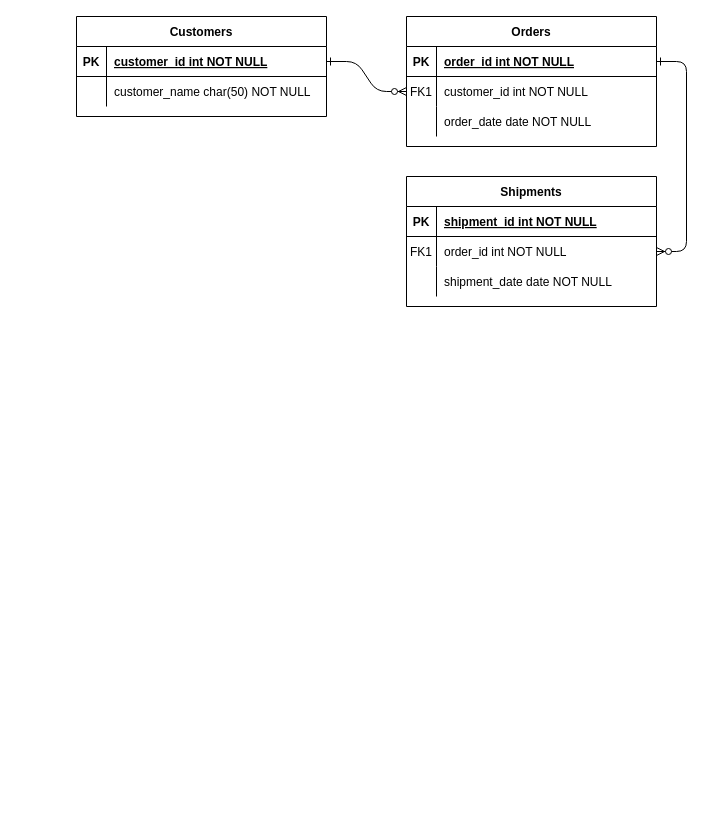
devalmali/Data-Modeling-SQL- keeps this draw.io diagram as Untitled Diagram.drawio. Above is the earlier version. Source tidied: cells renumbered, new cells numbered last; positions are measured from the earlier drawing's top-left corner, leaving out a move shared by most shapes. Both pictures are drawn from the tidied source at 100%, with x=0, y=0 at pixel (76, 16).
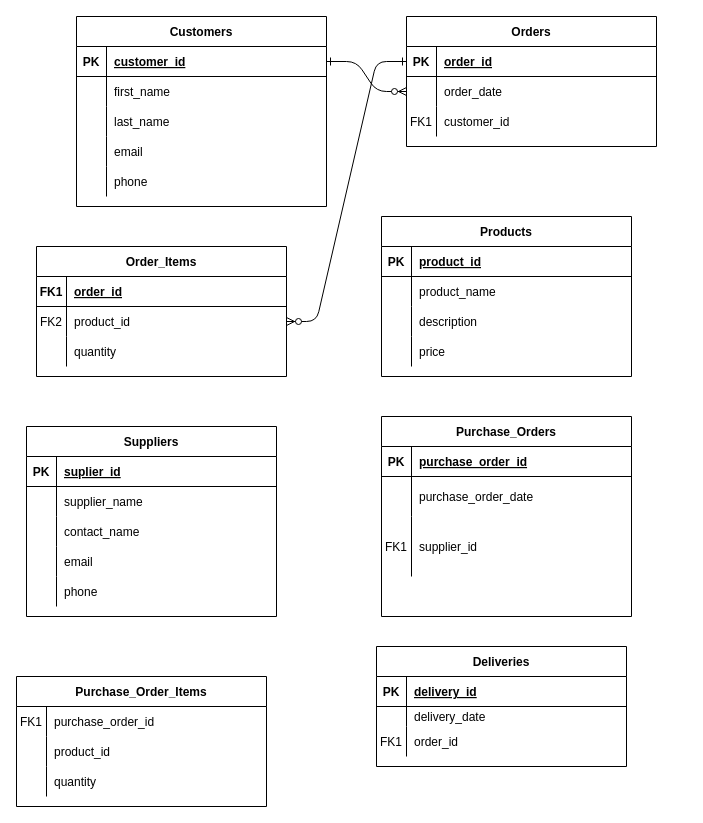
The same page after the edit.

The change refers to these unchanged cells:
```xml
<mxCell id="5" style="shape=partialRectangle;fillColor=none;points=[[0,0.5],[1,0.5]];portConstraint=eastwest;top=0;left=0;right=0;bottom=1;" parent="4" vertex="1">
  <mxGeometry y="30" width="250" height="30" as="geometry" />
</mxCell>
<mxCell id="8" style="shape=partialRectangle;fillColor=none;points=[[0,0.5],[1,0.5]];portConstraint=eastwest;top=0;left=0;right=0;bottom=0;" parent="4" vertex="1">
  <mxGeometry y="60" width="250" height="30" as="geometry" />
</mxCell>
<mxCell id="11" style="shape=partialRectangle;fillColor=none;top=0;left=0;right=0;bottom=0;" parent="4" vertex="1">
  <mxGeometry y="90" width="250" height="30" as="geometry" />
</mxCell>
<mxCell id="15" style="shape=partialRectangle;fillColor=none;top=0;left=0;right=0;bottom=1;" parent="14" vertex="1">
  <mxGeometry y="30" width="250" height="30" as="geometry" />
</mxCell>
<mxCell id="18" style="shape=partialRectangle;fillColor=none;points=[[0,0.5],[1,0.5]];portConstraint=eastwest;top=0;left=0;right=0;bottom=0;" parent="14" vertex="1">
  <mxGeometry y="60" width="250" height="30" as="geometry" />
</mxCell>
<mxCell id="21" style="shape=partialRectangle;fillColor=none;top=0;left=0;right=0;bottom=0;" parent="14" vertex="1">
  <mxGeometry y="90" width="250" height="30" as="geometry" />
</mxCell>
<mxCell id="25" style="shape=partialRectangle;fillColor=none;points=[[0,0.5],[1,0.5]];portConstraint=eastwest;top=0;left=0;right=0;bottom=1;" parent="24" vertex="1">
  <mxGeometry y="30" width="250" height="30" as="geometry" />
</mxCell>
<mxCell id="28" style="shape=partialRectangle;fillColor=none;top=0;left=0;right=0;bottom=0;" parent="24" vertex="1">
  <mxGeometry y="60" width="250" height="30" as="geometry" />
</mxCell>
```

What changed in the source:
```diff
@@
-    <mxCell id="7" value="order_id int NOT NULL " style="shape=partialRectangle;overflow=hidden;fillColor=none;top=0;left=0;bottom=0;right=0;align=left;spacingLeft=6;fontStyle=5;" parent="5" vertex="1">
+    <mxCell id="7" value="order_id" style="shape=partialRectangle;overflow=hidden;fillColor=none;top=0;left=0;bottom=0;right=0;align=left;spacingLeft=6;fontStyle=5;" parent="5" vertex="1">
       <mxGeometry x="30" width="220" height="30" as="geometry" />
     </mxCell>
@@
-    <mxCell id="9" value="FK1" style="shape=partialRectangle;overflow=hidden;fillColor=none;top=0;left=0;bottom=0;right=0;" parent="8" vertex="1">
+    <mxCell id="9" style="shape=partialRectangle;overflow=hidden;fillColor=none;top=0;left=0;bottom=0;right=0;" parent="8" vertex="1">
       <mxGeometry width="30" height="30" as="geometry" />
     </mxCell>
-    <mxCell id="10" value="customer_id int NOT NULL" style="shape=partialRectangle;overflow=hidden;fillColor=none;top=0;left=0;bottom=0;right=0;align=left;spacingLeft=6;" parent="8" vertex="1">
+    <mxCell id="10" value="order_date" style="shape=partialRectangle;overflow=hidden;fillColor=none;top=0;left=0;bottom=0;right=0;align=left;spacingLeft=6;" parent="8" vertex="1">
       <mxGeometry x="30" width="220" height="30" as="geometry" />
     </mxCell>
@@
-    <mxCell id="12" style="shape=partialRectangle;overflow=hidden;fillColor=none;top=0;left=0;bottom=0;right=0;" parent="11" vertex="1">
+    <mxCell id="12" value="FK1" style="shape=partialRectangle;overflow=hidden;fillColor=none;top=0;left=0;bottom=0;right=0;" parent="11" vertex="1">
       <mxGeometry width="30" height="30" as="geometry" />
     </mxCell>
-    <mxCell id="13" value="order_date date NOT NULL" style="shape=partialRectangle;overflow=hidden;fillColor=none;top=0;left=0;bottom=0;right=0;align=left;spacingLeft=6;" parent="11" vertex="1">
+    <mxCell id="13" value="customer_id" style="shape=partialRectangle;overflow=hidden;fillColor=none;top=0;left=0;bottom=0;right=0;align=left;spacingLeft=6;" parent="11" vertex="1">
       <mxGeometry x="30" width="220" height="30" as="geometry" />
     </mxCell>
-    <mxCell id="14" value="Shipments" style="shape=table;startSize=30;childLayout=tableLayout;rowLines=0;fontStyle=1;align=center;" parent="1" vertex="1">
-      <mxGeometry x="330" y="160" width="250" height="130" as="geometry" />
+    <mxCell id="14" value="Order_Items" style="shape=table;startSize=30;childLayout=tableLayout;rowLines=0;fontStyle=1;align=center;" parent="1" vertex="1">
+      <mxGeometry x="-40" y="230" width="250" height="130" as="geometry" />
     </mxCell>
@@
-    <mxCell id="16" value="PK" style="shape=partialRectangle;overflow=hidden;fillColor=none;top=0;left=0;bottom=0;right=0;fontStyle=1;" parent="15" vertex="1">
+    <mxCell id="16" value="FK1" style="shape=partialRectangle;overflow=hidden;fillColor=none;top=0;left=0;bottom=0;right=0;fontStyle=1;" parent="15" vertex="1">
       <mxGeometry width="30" height="30" as="geometry" />
     </mxCell>
-    <mxCell id="17" value="shipment_id int NOT NULL " style="shape=partialRectangle;overflow=hidden;fillColor=none;top=0;left=0;bottom=0;right=0;align=left;spacingLeft=6;fontStyle=5;" parent="15" vertex="1">
+    <mxCell id="17" value="order_id" style="shape=partialRectangle;overflow=hidden;fillColor=none;top=0;left=0;bottom=0;right=0;align=left;spacingLeft=6;fontStyle=5;" parent="15" vertex="1">
       <mxGeometry x="30" width="220" height="30" as="geometry" />
     </mxCell>
@@
-    <mxCell id="19" value="FK1" style="shape=partialRectangle;overflow=hidden;fillColor=none;top=0;left=0;bottom=0;right=0;" parent="18" vertex="1">
+    <mxCell id="19" value="FK2" style="shape=partialRectangle;overflow=hidden;fillColor=none;top=0;left=0;bottom=0;right=0;" parent="18" vertex="1">
       <mxGeometry width="30" height="30" as="geometry" />
     </mxCell>
-    <mxCell id="20" value="order_id int NOT NULL" style="shape=partialRectangle;overflow=hidden;fillColor=none;top=0;left=0;bottom=0;right=0;align=left;spacingLeft=6;" parent="18" vertex="1">
+    <mxCell id="20" value="product_id" style="shape=partialRectangle;overflow=hidden;fillColor=none;top=0;left=0;bottom=0;right=0;align=left;spacingLeft=6;" parent="18" vertex="1">
       <mxGeometry x="30" width="220" height="30" as="geometry" />
     </mxCell>
@@
-    <mxCell id="23" value="shipment_date date NOT NULL" style="shape=partialRectangle;overflow=hidden;fillColor=none;top=0;left=0;bottom=0;right=0;align=left;spacingLeft=6;" parent="21" vertex="1">
+    <mxCell id="23" value="quantity" style="shape=partialRectangle;overflow=hidden;fillColor=none;top=0;left=0;bottom=0;right=0;align=left;spacingLeft=6;" parent="21" vertex="1">
       <mxGeometry x="30" width="220" height="30" as="geometry" />
     </mxCell>
     <mxCell id="24" value="Customers" style="shape=table;startSize=30;childLayout=tableLayout;rowLines=0;fontStyle=1;align=center;" parent="1" vertex="1">
-      <mxGeometry width="250" height="100" as="geometry" />
+      <mxGeometry width="250" height="190" as="geometry" />
     </mxCell>
@@
-    <mxCell id="27" value="customer_id int NOT NULL " style="shape=partialRectangle;overflow=hidden;fillColor=none;top=0;left=0;bottom=0;right=0;align=left;spacingLeft=6;fontStyle=5;" parent="25" vertex="1">
+    <mxCell id="27" value="customer_id" style="shape=partialRectangle;overflow=hidden;fillColor=none;top=0;left=0;bottom=0;right=0;align=left;spacingLeft=6;fontStyle=5;" parent="25" vertex="1">
       <mxGeometry x="30" width="220" height="30" as="geometry" />
     </mxCell>
@@
-    <mxCell id="30" value="customer_name char(50) NOT NULL" style="shape=partialRectangle;overflow=hidden;fillColor=none;top=0;left=0;bottom=0;right=0;align=left;spacingLeft=6;" parent="28" vertex="1">
+    <mxCell id="30" value="first_name" style="shape=partialRectangle;overflow=hidden;fillColor=none;top=0;left=0;bottom=0;right=0;align=left;spacingLeft=6;" parent="28" vertex="1">
       <mxGeometry x="30" width="220" height="30" as="geometry" />
     </mxCell>
+    <mxCell id="31" style="shape=partialRectangle;fillColor=none;top=0;left=0;right=0;bottom=0;" parent="24" vertex="1">
+      <mxGeometry y="90" width="250" height="30" as="geometry" />
+    </mxCell>
+    <mxCell id="32" style="shape=partialRectangle;overflow=hidden;fillColor=none;top=0;left=0;bottom=0;right=0;" parent="31" vertex="1">
+      <mxGeometry width="30" height="30" as="geometry" />
+    </mxCell>
+    <mxCell id="33" value="last_name" style="shape=partialRectangle;overflow=hidden;fillColor=none;top=0;left=0;bottom=0;right=0;align=left;spacingLeft=6;" parent="31" vertex="1">
+      <mxGeometry x="30" width="220" height="30" as="geometry" />
+    </mxCell>
+    <mxCell id="34" style="shape=partialRectangle;fillColor=none;top=0;left=0;right=0;bottom=0;" parent="24" vertex="1">
+      <mxGeometry y="120" width="250" height="30" as="geometry" />
+    </mxCell>
+    <mxCell id="35" style="shape=partialRectangle;overflow=hidden;fillColor=none;top=0;left=0;bottom=0;right=0;" parent="34" vertex="1">
+      <mxGeometry width="30" height="30" as="geometry" />
+    </mxCell>
+    <mxCell id="36" value="email" style="shape=partialRectangle;overflow=hidden;fillColor=none;top=0;left=0;bottom=0;right=0;align=left;spacingLeft=6;" parent="34" vertex="1">
+      <mxGeometry x="30" width="220" height="30" as="geometry" />
+    </mxCell>
+    <mxCell id="37" style="shape=partialRectangle;fillColor=none;top=0;left=0;right=0;bottom=0;" parent="24" vertex="1">
+      <mxGeometry y="150" width="250" height="30" as="geometry" />
+    </mxCell>
+    <mxCell id="38" style="shape=partialRectangle;overflow=hidden;fillColor=none;top=0;left=0;bottom=0;right=0;" parent="37" vertex="1">
+      <mxGeometry width="30" height="30" as="geometry" />
+    </mxCell>
+    <mxCell id="39" value="phone" style="shape=partialRectangle;overflow=hidden;fillColor=none;top=0;left=0;bottom=0;right=0;align=left;spacingLeft=6;" parent="37" vertex="1">
+      <mxGeometry x="30" width="220" height="30" as="geometry" />
+    </mxCell>
+    <mxCell id="40" value="Products" style="shape=table;startSize=30;childLayout=tableLayout;rowLines=0;fontStyle=1;align=center;" parent="1" vertex="1">
+      <mxGeometry x="305" y="200" width="250" height="160" as="geometry" />
+    </mxCell>
+    <mxCell id="41" style="shape=partialRectangle;fillColor=none;top=0;left=0;right=0;bottom=1;" parent="40" vertex="1">
+      <mxGeometry y="30" width="250" height="30" as="geometry" />
+    </mxCell>
+    <mxCell id="42" value="PK" style="shape=partialRectangle;overflow=hidden;fillColor=none;top=0;left=0;bottom=0;right=0;fontStyle=1;" parent="41" vertex="1">
+      <mxGeometry width="30" height="30" as="geometry" />
+    </mxCell>
+    <mxCell id="43" value="product_id" style="shape=partialRectangle;overflow=hidden;fillColor=none;top=0;left=0;bottom=0;right=0;align=left;spacingLeft=6;fontStyle=5;" parent="41" vertex="1">
+      <mxGeometry x="30" width="220" height="30" as="geometry" />
+    </mxCell>
+    <mxCell id="44" style="shape=partialRectangle;fillColor=none;top=0;left=0;right=0;bottom=0;" parent="40" vertex="1">
+      <mxGeometry y="60" width="250" height="30" as="geometry" />
+    </mxCell>
+    <mxCell id="45" style="shape=partialRectangle;overflow=hidden;fillColor=none;top=0;left=0;bottom=0;right=0;" parent="44" vertex="1">
+      <mxGeometry width="30" height="30" as="geometry" />
+    </mxCell>
+    <mxCell id="46" value="product_name" style="shape=partialRectangle;overflow=hidden;fillColor=none;top=0;left=0;bottom=0;right=0;align=left;spacingLeft=6;" parent="44" vertex="1">
+      <mxGeometry x="30" width="220" height="30" as="geometry" />
+    </mxCell>
+    <mxCell id="47" style="shape=partialRectangle;fillColor=none;top=0;left=0;right=0;bottom=0;" parent="40" vertex="1">
+      <mxGeometry y="90" width="250" height="30" as="geometry" />
+    </mxCell>
+    <mxCell id="48" style="shape=partialRectangle;overflow=hidden;fillColor=none;top=0;left=0;bottom=0;right=0;" parent="47" vertex="1">
+      <mxGeometry width="30" height="30" as="geometry" />
+    </mxCell>
+    <mxCell id="49" value="description" style="shape=partialRectangle;overflow=hidden;fillColor=none;top=0;left=0;bottom=0;right=0;align=left;spacingLeft=6;" parent="47" vertex="1">
+      <mxGeometry x="30" width="220" height="30" as="geometry" />
+    </mxCell>
+    <mxCell id="50" style="shape=partialRectangle;fillColor=none;top=0;left=0;right=0;bottom=0;" parent="40" vertex="1">
+      <mxGeometry y="120" width="250" height="30" as="geometry" />
+    </mxCell>
+    <mxCell id="51" style="shape=partialRectangle;overflow=hidden;fillColor=none;top=0;left=0;bottom=0;right=0;" parent="50" vertex="1">
+      <mxGeometry width="30" height="30" as="geometry" />
+    </mxCell>
+    <mxCell id="52" value="price" style="shape=partialRectangle;overflow=hidden;fillColor=none;top=0;left=0;bottom=0;right=0;align=left;spacingLeft=6;" parent="50" vertex="1">
+      <mxGeometry x="30" width="220" height="30" as="geometry" />
+    </mxCell>
+    <mxCell id="53" value="Suppliers" style="shape=table;startSize=30;childLayout=tableLayout;rowLines=0;fontStyle=1;align=center;" parent="1" vertex="1">
+      <mxGeometry x="-50" y="410" width="250" height="190" as="geometry" />
+    </mxCell>
+    <mxCell id="54" style="shape=partialRectangle;fillColor=none;top=0;left=0;right=0;bottom=1;" parent="53" vertex="1">
+      <mxGeometry y="30" width="250" height="30" as="geometry" />
+    </mxCell>
+    <mxCell id="55" value="PK" style="shape=partialRectangle;overflow=hidden;fillColor=none;top=0;left=0;bottom=0;right=0;fontStyle=1;" parent="54" vertex="1">
+      <mxGeometry width="30" height="30" as="geometry" />
+    </mxCell>
+    <mxCell id="56" value="suplier_id" style="shape=partialRectangle;overflow=hidden;fillColor=none;top=0;left=0;bottom=0;right=0;align=left;spacingLeft=6;fontStyle=5;" parent="54" vertex="1">
+      <mxGeometry x="30" width="220" height="30" as="geometry" />
+    </mxCell>
+    <mxCell id="57" style="shape=partialRectangle;fillColor=none;top=0;left=0;right=0;bottom=0;" parent="53" vertex="1">
+      <mxGeometry y="60" width="250" height="30" as="geometry" />
+    </mxCell>
+    <mxCell id="58" style="shape=partialRectangle;overflow=hidden;fillColor=none;top=0;left=0;bottom=0;right=0;" parent="57" vertex="1">
+      <mxGeometry width="30" height="30" as="geometry" />
+    </mxCell>
+    <mxCell id="59" value="supplier_name" style="shape=partialRectangle;overflow=hidden;fillColor=none;top=0;left=0;bottom=0;right=0;align=left;spacingLeft=6;" parent="57" vertex="1">
+      <mxGeometry x="30" width="220" height="30" as="geometry" />
+    </mxCell>
+    <mxCell id="60" style="shape=partialRectangle;fillColor=none;top=0;left=0;right=0;bottom=0;" parent="53" vertex="1">
+      <mxGeometry y="90" width="250" height="30" as="geometry" />
+    </mxCell>
+    <mxCell id="61" style="shape=partialRectangle;overflow=hidden;fillColor=none;top=0;left=0;bottom=0;right=0;" parent="60" vertex="1">
+      <mxGeometry width="30" height="30" as="geometry" />
+    </mxCell>
+    <mxCell id="62" value="contact_name" style="shape=partialRectangle;overflow=hidden;fillColor=none;top=0;left=0;bottom=0;right=0;align=left;spacingLeft=6;" parent="60" vertex="1">
+      <mxGeometry x="30" width="220" height="30" as="geometry" />
+    </mxCell>
+    <mxCell id="63" style="shape=partialRectangle;fillColor=none;top=0;left=0;right=0;bottom=0;" parent="53" vertex="1">
+      <mxGeometry y="120" width="250" height="30" as="geometry" />
+    </mxCell>
+    <mxCell id="64" style="shape=partialRectangle;overflow=hidden;fillColor=none;top=0;left=0;bottom=0;right=0;" parent="63" vertex="1">
+      <mxGeometry width="30" height="30" as="geometry" />
+    </mxCell>
+    <mxCell id="65" value="email" style="shape=partialRectangle;overflow=hidden;fillColor=none;top=0;left=0;bottom=0;right=0;align=left;spacingLeft=6;" parent="63" vertex="1">
+      <mxGeometry x="30" width="220" height="30" as="geometry" />
+    </mxCell>
+    <mxCell id="66" style="shape=partialRectangle;fillColor=none;top=0;left=0;right=0;bottom=0;" parent="53" vertex="1">
+      <mxGeometry y="150" width="250" height="30" as="geometry" />
+    </mxCell>
+    <mxCell id="67" style="shape=partialRectangle;overflow=hidden;fillColor=none;top=0;left=0;bottom=0;right=0;" parent="66" vertex="1">
+      <mxGeometry width="30" height="30" as="geometry" />
+    </mxCell>
+    <mxCell id="68" value="phone" style="shape=partialRectangle;overflow=hidden;fillColor=none;top=0;left=0;bottom=0;right=0;align=left;spacingLeft=6;" parent="66" vertex="1">
+      <mxGeometry x="30" width="220" height="30" as="geometry" />
+    </mxCell>
+    <mxCell id="69" value="Purchase_Orders" style="shape=table;startSize=30;childLayout=tableLayout;rowLines=0;fontStyle=1;align=center;" parent="1" vertex="1">
+      <mxGeometry x="305" y="400" width="250" height="200" as="geometry" />
+    </mxCell>
+    <mxCell id="70" style="shape=partialRectangle;fillColor=none;top=0;left=0;right=0;bottom=1;" parent="69" vertex="1">
+      <mxGeometry y="30" width="250" height="30" as="geometry" />
+    </mxCell>
+    <mxCell id="71" value="PK" style="shape=partialRectangle;overflow=hidden;fillColor=none;top=0;left=0;bottom=0;right=0;fontStyle=1;" parent="70" vertex="1">
+      <mxGeometry width="30" height="30" as="geometry" />
+    </mxCell>
+    <mxCell id="72" value="purchase_order_id" style="shape=partialRectangle;overflow=hidden;fillColor=none;top=0;left=0;bottom=0;right=0;align=left;spacingLeft=6;fontStyle=5;" parent="70" vertex="1">
+      <mxGeometry x="30" width="220" height="30" as="geometry" />
+    </mxCell>
+    <mxCell id="73" style="shape=partialRectangle;fillColor=none;top=0;left=0;right=0;bottom=0;" parent="69" vertex="1">
+      <mxGeometry y="60" width="250" height="40" as="geometry" />
+    </mxCell>
+    <mxCell id="74" style="shape=partialRectangle;overflow=hidden;fillColor=none;top=0;left=0;bottom=0;right=0;" parent="73" vertex="1">
+      <mxGeometry width="30" height="40" as="geometry" />
+    </mxCell>
+    <mxCell id="75" value="purchase_order_date" style="shape=partialRectangle;overflow=hidden;fillColor=none;top=0;left=0;bottom=0;right=0;align=left;spacingLeft=6;" parent="73" vertex="1">
+      <mxGeometry x="30" width="220" height="40" as="geometry" />
+    </mxCell>
+    <mxCell id="76" style="shape=partialRectangle;fillColor=none;top=0;left=0;right=0;bottom=0;" parent="69" vertex="1">
+      <mxGeometry y="100" width="250" height="60" as="geometry" />
+    </mxCell>
+    <mxCell id="77" value="FK1" style="shape=partialRectangle;overflow=hidden;fillColor=none;top=0;left=0;bottom=0;right=0;" parent="76" vertex="1">
+      <mxGeometry width="30" height="60" as="geometry" />
+    </mxCell>
+    <mxCell id="78" value="supplier_id" style="shape=partialRectangle;overflow=hidden;fillColor=none;top=0;left=0;bottom=0;right=0;align=left;spacingLeft=6;" parent="76" vertex="1">
+      <mxGeometry x="30" width="220" height="60" as="geometry" />
+    </mxCell>
+    <mxCell id="79" value="Purchase_Order_Items" style="shape=table;startSize=30;childLayout=tableLayout;rowLines=0;fontStyle=1;align=center;" parent="1" vertex="1">
+      <mxGeometry x="-60" y="660" width="250" height="130" as="geometry" />
+    </mxCell>
+    <mxCell id="80" style="shape=partialRectangle;fillColor=none;top=0;left=0;right=0;bottom=0;" parent="79" vertex="1">
+      <mxGeometry y="30" width="250" height="30" as="geometry" />
+    </mxCell>
+    <mxCell id="81" value="FK1" style="shape=partialRectangle;overflow=hidden;fillColor=none;top=0;left=0;bottom=0;right=0;" parent="80" vertex="1">
+      <mxGeometry width="30" height="30" as="geometry" />
+    </mxCell>
+    <mxCell id="82" value="purchase_order_id" style="shape=partialRectangle;overflow=hidden;fillColor=none;top=0;left=0;bottom=0;right=0;align=left;spacingLeft=6;" parent="80" vertex="1">
+      <mxGeometry x="30" width="220" height="30" as="geometry" />
+    </mxCell>
+    <mxCell id="83" style="shape=partialRectangle;fillColor=none;top=0;left=0;right=0;bottom=0;" parent="79" vertex="1">
+      <mxGeometry y="60" width="250" height="30" as="geometry" />
+    </mxCell>
+    <mxCell id="84" style="shape=partialRectangle;overflow=hidden;fillColor=none;top=0;left=0;bottom=0;right=0;" parent="83" vertex="1">
+      <mxGeometry width="30" height="30" as="geometry" />
+    </mxCell>
+    <mxCell id="85" value="product_id" style="shape=partialRectangle;overflow=hidden;fillColor=none;top=0;left=0;bottom=0;right=0;align=left;spacingLeft=6;" parent="83" vertex="1">
+      <mxGeometry x="30" width="220" height="30" as="geometry" />
+    </mxCell>
+    <mxCell id="86" style="shape=partialRectangle;fillColor=none;top=0;left=0;right=0;bottom=0;" parent="79" vertex="1">
+      <mxGeometry y="90" width="250" height="30" as="geometry" />
+    </mxCell>
+    <mxCell id="87" style="shape=partialRectangle;overflow=hidden;fillColor=none;top=0;left=0;bottom=0;right=0;" parent="86" vertex="1">
+      <mxGeometry width="30" height="30" as="geometry" />
+    </mxCell>
+    <mxCell id="88" value="quantity" style="shape=partialRectangle;overflow=hidden;fillColor=none;top=0;left=0;bottom=0;right=0;align=left;spacingLeft=6;" parent="86" vertex="1">
+      <mxGeometry x="30" width="220" height="30" as="geometry" />
+    </mxCell>
+    <mxCell id="89" value="Deliveries" style="shape=table;startSize=30;childLayout=tableLayout;rowLines=0;fontStyle=1;align=center;" parent="1" vertex="1">
+      <mxGeometry x="300" y="630" width="250" height="120" as="geometry" />
+    </mxCell>
+    <mxCell id="90" style="shape=partialRectangle;fillColor=none;top=0;left=0;right=0;bottom=1;" parent="89" vertex="1">
+      <mxGeometry y="30" width="250" height="30" as="geometry" />
+    </mxCell>
+    <mxCell id="91" value="PK" style="shape=partialRectangle;overflow=hidden;fillColor=none;top=0;left=0;bottom=0;right=0;fontStyle=1;" parent="90" vertex="1">
+      <mxGeometry width="30" height="30" as="geometry" />
+    </mxCell>
+    <mxCell id="92" value="delivery_id" style="shape=partialRectangle;overflow=hidden;fillColor=none;top=0;left=0;bottom=0;right=0;align=left;spacingLeft=6;fontStyle=5;" parent="90" vertex="1">
+      <mxGeometry x="30" width="220" height="30" as="geometry" />
+    </mxCell>
+    <mxCell id="93" style="shape=partialRectangle;fillColor=none;top=0;left=0;right=0;bottom=0;" parent="89" vertex="1">
+      <mxGeometry y="60" width="250" height="20" as="geometry" />
+    </mxCell>
+    <mxCell id="94" style="shape=partialRectangle;overflow=hidden;fillColor=none;top=0;left=0;bottom=0;right=0;" parent="93" vertex="1">
+      <mxGeometry width="30" height="20" as="geometry" />
+    </mxCell>
+    <mxCell id="95" value="delivery_date" style="shape=partialRectangle;overflow=hidden;fillColor=none;top=0;left=0;bottom=0;right=0;align=left;spacingLeft=6;" parent="93" vertex="1">
+      <mxGeometry x="30" width="220" height="20" as="geometry" />
+    </mxCell>
+    <mxCell id="96" style="shape=partialRectangle;fillColor=none;top=0;left=0;right=0;bottom=0;" parent="89" vertex="1">
+      <mxGeometry y="80" width="250" height="30" as="geometry" />
+    </mxCell>
+    <mxCell id="97" value="FK1" style="shape=partialRectangle;overflow=hidden;fillColor=none;top=0;left=0;bottom=0;right=0;" parent="96" vertex="1">
+      <mxGeometry width="30" height="30" as="geometry" />
+    </mxCell>
+    <mxCell id="98" value="order_id" style="shape=partialRectangle;overflow=hidden;fillColor=none;top=0;left=0;bottom=0;right=0;align=left;spacingLeft=6;" parent="96" vertex="1">
+      <mxGeometry x="30" width="220" height="30" as="geometry" />
+    </mxCell>
```
